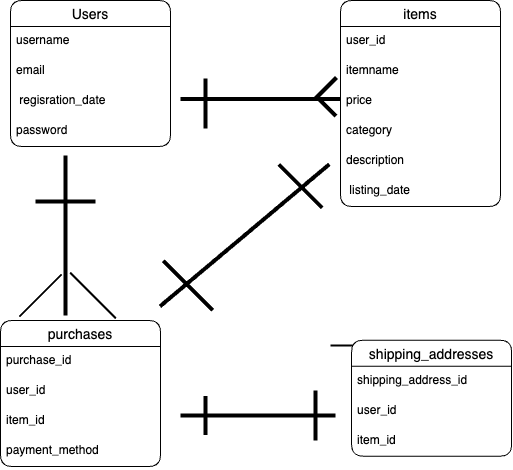
The draw.io diagram furima.png in koshiro0322/furima-40532, before a commit. Source tidied: cells renumbered, new cells last; positions are measured from the earlier drawing's top-left corner, leaving out a move shared by most shapes. The source it was exported from:
```xml
<mxGraphModel>
  <root>
    <mxCell id="0" />
    <mxCell id="1" parent="0" />
    <mxCell id="2" value="Users" style="swimlane;fontStyle=0;horizontal=1;startSize=26;align=center;fontSize=14;rounded=1;" parent="1" vertex="1">
      <mxGeometry x="10" width="160" height="146" as="geometry" />
    </mxCell>
    <mxCell id="3" value="username" style="text;strokeColor=none;fillColor=none;spacingLeft=4;spacingRight=4;overflow=hidden;fontSize=12;rounded=1;" parent="2" vertex="1">
      <mxGeometry y="26" width="160" height="30" as="geometry" />
    </mxCell>
    <mxCell id="4" value="email" style="text;strokeColor=none;fillColor=none;spacingLeft=4;spacingRight=4;overflow=hidden;fontSize=12;rounded=1;" parent="2" vertex="1">
      <mxGeometry y="56" width="160" height="30" as="geometry" />
    </mxCell>
    <mxCell id="5" value=" regisration_date" style="text;strokeColor=none;fillColor=none;spacingLeft=4;spacingRight=4;overflow=hidden;fontSize=12;rounded=1;" parent="2" vertex="1">
      <mxGeometry y="86" width="160" height="30" as="geometry" />
    </mxCell>
    <mxCell id="6" value="password" style="text;strokeColor=none;fillColor=none;spacingLeft=4;spacingRight=4;overflow=hidden;fontSize=12;rounded=1;" parent="2" vertex="1">
      <mxGeometry y="116" width="160" height="30" as="geometry" />
    </mxCell>
    <mxCell id="7" value="items" style="swimlane;fontStyle=0;horizontal=1;startSize=26;align=center;fontSize=14;rounded=1;" parent="1" vertex="1">
      <mxGeometry x="340" width="160" height="206" as="geometry" />
    </mxCell>
    <mxCell id="8" value="user_id " style="text;strokeColor=none;fillColor=none;spacingLeft=4;spacingRight=4;overflow=hidden;fontSize=12;rounded=1;" parent="7" vertex="1">
      <mxGeometry y="26" width="160" height="30" as="geometry" />
    </mxCell>
    <mxCell id="9" value="itemname" style="text;strokeColor=none;fillColor=none;spacingLeft=4;spacingRight=4;overflow=hidden;fontSize=12;rounded=1;" parent="7" vertex="1">
      <mxGeometry y="56" width="160" height="30" as="geometry" />
    </mxCell>
    <mxCell id="10" value="price" style="text;strokeColor=none;fillColor=none;spacingLeft=4;spacingRight=4;overflow=hidden;fontSize=12;rounded=1;" parent="7" vertex="1">
      <mxGeometry y="86" width="160" height="30" as="geometry" />
    </mxCell>
    <mxCell id="11" value="category     " style="text;strokeColor=none;fillColor=none;spacingLeft=4;spacingRight=4;overflow=hidden;fontSize=12;rounded=1;" parent="7" vertex="1">
      <mxGeometry y="116" width="160" height="30" as="geometry" />
    </mxCell>
    <mxCell id="12" value="description" style="text;strokeColor=none;fillColor=none;spacingLeft=4;spacingRight=4;overflow=hidden;fontSize=12;rounded=1;" parent="7" vertex="1">
      <mxGeometry y="146" width="160" height="30" as="geometry" />
    </mxCell>
    <mxCell id="13" value=" listing_date" style="text;strokeColor=none;fillColor=none;spacingLeft=4;spacingRight=4;overflow=hidden;fontSize=12;rounded=1;" parent="7" vertex="1">
      <mxGeometry y="176" width="160" height="30" as="geometry" />
    </mxCell>
    <mxCell id="14" value="purchases" style="swimlane;fontStyle=0;horizontal=1;startSize=26;align=center;fontSize=14;rounded=1;" parent="1" vertex="1">
      <mxGeometry y="320" width="160" height="146" as="geometry" />
    </mxCell>
    <mxCell id="15" value="purchase_id" style="text;strokeColor=none;fillColor=none;spacingLeft=4;spacingRight=4;overflow=hidden;fontSize=12;rounded=1;" parent="14" vertex="1">
      <mxGeometry y="26" width="160" height="30" as="geometry" />
    </mxCell>
    <mxCell id="16" value="user_id    " style="text;strokeColor=none;fillColor=none;spacingLeft=4;spacingRight=4;overflow=hidden;fontSize=12;rounded=1;" parent="14" vertex="1">
      <mxGeometry y="56" width="160" height="30" as="geometry" />
    </mxCell>
    <mxCell id="17" value="item_id" style="text;strokeColor=none;fillColor=none;spacingLeft=4;spacingRight=4;overflow=hidden;fontSize=12;rounded=1;" parent="14" vertex="1">
      <mxGeometry y="86" width="160" height="30" as="geometry" />
    </mxCell>
    <mxCell id="18" value="payment_method" style="text;strokeColor=none;fillColor=none;spacingLeft=4;spacingRight=4;overflow=hidden;fontSize=12;rounded=1;" parent="14" vertex="1">
      <mxGeometry y="116" width="160" height="30" as="geometry" />
    </mxCell>
    <mxCell id="19" style="line;strokeWidth=2;html=1;rounded=1;" parent="1" vertex="1">
      <mxGeometry x="330" y="340" width="100" height="10" as="geometry" />
    </mxCell>
    <mxCell id="20" style="line;strokeWidth=4;direction=south;html=1;perimeter=backbonePerimeter;rounded=1;rotation=45;" parent="1" vertex="1">
      <mxGeometry x="320" y="72.4" width="10" height="31.2" as="geometry" />
    </mxCell>
    <mxCell id="21" style="line;strokeWidth=4;html=1;perimeter=backbonePerimeter;rounded=1;" parent="1" vertex="1">
      <mxGeometry x="180" y="93.6" width="160" height="10" as="geometry" />
    </mxCell>
    <mxCell id="22" style="line;strokeWidth=4;direction=south;html=1;perimeter=backbonePerimeter;rounded=1;rotation=-45;" parent="1" vertex="1">
      <mxGeometry x="321.2" y="93.1" width="10" height="26.4" as="geometry" />
    </mxCell>
    <mxCell id="23" style="line;strokeWidth=4;direction=south;html=1;perimeter=backbonePerimeter;rounded=1;" parent="1" vertex="1">
      <mxGeometry x="200" y="78" width="10" height="50" as="geometry" />
    </mxCell>
    <mxCell id="24" style="line;strokeWidth=4;direction=south;html=1;perimeter=backbonePerimeter;rounded=1;rotation=50;" parent="1" vertex="1">
      <mxGeometry x="239.2" y="124.3" width="10" height="221.1" as="geometry" />
    </mxCell>
    <mxCell id="25" style="line;strokeWidth=4;html=1;perimeter=backbonePerimeter;rounded=1;rotation=90;" parent="1" vertex="1">
      <mxGeometry x="290" y="410" width="50" height="10" as="geometry" />
    </mxCell>
    <mxCell id="26" style="line;strokeWidth=4;html=1;perimeter=backbonePerimeter;rounded=1;rotation=90;" parent="1" vertex="1">
      <mxGeometry x="185.6" y="410" width="38.8" height="10" as="geometry" />
    </mxCell>
    <mxCell id="27" style="line;strokeWidth=4;direction=south;html=1;perimeter=backbonePerimeter;rounded=1;rotation=90;" parent="1" vertex="1">
      <mxGeometry x="252.5" y="337.5" width="10" height="155" as="geometry" />
    </mxCell>
    <mxCell id="28" style="line;strokeWidth=4;direction=south;html=1;perimeter=backbonePerimeter;rounded=1;" parent="1" vertex="1">
      <mxGeometry x="60" y="155" width="10" height="160" as="geometry" />
    </mxCell>
    <mxCell id="29" style="line;strokeWidth=4;html=1;perimeter=backbonePerimeter;rounded=1;" parent="1" vertex="1">
      <mxGeometry x="35" y="196" width="60" height="10" as="geometry" />
    </mxCell>
    <mxCell id="30" value="shipping_addresses" style="swimlane;fontStyle=0;horizontal=1;startSize=26;align=center;fontSize=14;rounded=1;" parent="1" vertex="1">
      <mxGeometry x="351.1" y="339.7" width="160" height="116" as="geometry" />
    </mxCell>
    <mxCell id="31" value="shipping_address_id" style="text;strokeColor=none;fillColor=none;spacingLeft=4;spacingRight=4;overflow=hidden;fontSize=12;rounded=1;" parent="30" vertex="1">
      <mxGeometry y="26" width="160" height="30" as="geometry" />
    </mxCell>
    <mxCell id="32" value="user_id " style="text;strokeColor=none;fillColor=none;spacingLeft=4;spacingRight=4;overflow=hidden;fontSize=12;rounded=1;" parent="30" vertex="1">
      <mxGeometry y="56" width="160" height="30" as="geometry" />
    </mxCell>
    <mxCell id="33" value="item_id  " style="text;strokeColor=none;fillColor=none;spacingLeft=4;spacingRight=4;overflow=hidden;fontSize=12;rounded=1;" parent="30" vertex="1">
      <mxGeometry y="86" width="160" height="30" as="geometry" />
    </mxCell>
    <mxCell id="34" style="line;strokeWidth=4;direction=south;html=1;perimeter=backbonePerimeter;rounded=1;rotation=-45;" parent="1" vertex="1">
      <mxGeometry x="260" y="155" width="80" height="61.2" as="geometry" />
    </mxCell>
    <mxCell id="35" style="line;strokeWidth=4;direction=south;html=1;perimeter=backbonePerimeter;rounded=1;rotation=-45;" parent="1" vertex="1">
      <mxGeometry x="175" y="250" width="25" height="70" as="geometry" />
    </mxCell>
    <mxCell id="36" style="line;strokeWidth=2;html=1;rounded=1;rotation=45;" parent="1" vertex="1">
      <mxGeometry x="60" y="270" width="65" height="50" as="geometry" />
    </mxCell>
    <mxCell id="37" style="line;strokeWidth=2;html=1;rounded=1;rotation=-45;" parent="1" vertex="1">
      <mxGeometry x="10" y="290" width="60" height="10" as="geometry" />
    </mxCell>
  </root>
</mxGraphModel>
```
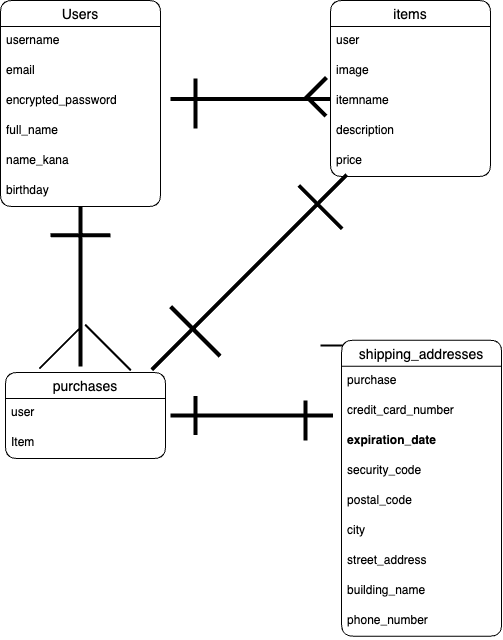
Above is the later version.

Commit message:
データベース設計修正

Change to the diagram source:
```diff
@@ -3,7 +3,7 @@
     <mxCell id="0" />
     <mxCell id="1" parent="0" />
     <mxCell id="2" value="Users" style="swimlane;fontStyle=0;horizontal=1;startSize=26;align=center;fontSize=14;rounded=1;" parent="1" vertex="1">
-      <mxGeometry x="10" width="160" height="146" as="geometry" />
+      <mxGeometry x="10" width="160" height="206" as="geometry" />
     </mxCell>
     <mxCell id="3" value="username" style="text;strokeColor=none;fillColor=none;spacingLeft=4;spacingRight=4;overflow=hidden;fontSize=12;rounded=1;" parent="2" vertex="1">
       <mxGeometry y="26" width="160" height="30" as="geometry" />
@@ -11,48 +11,45 @@
     <mxCell id="4" value="email" style="text;strokeColor=none;fillColor=none;spacingLeft=4;spacingRight=4;overflow=hidden;fontSize=12;rounded=1;" parent="2" vertex="1">
       <mxGeometry y="56" width="160" height="30" as="geometry" />
     </mxCell>
-    <mxCell id="5" value=" regisration_date" style="text;strokeColor=none;fillColor=none;spacingLeft=4;spacingRight=4;overflow=hidden;fontSize=12;rounded=1;" parent="2" vertex="1">
-      <mxGeometry y="86" width="160" height="30" as="geometry" />
-    </mxCell>
-    <mxCell id="6" value="password" style="text;strokeColor=none;fillColor=none;spacingLeft=4;spacingRight=4;overflow=hidden;fontSize=12;rounded=1;" parent="2" vertex="1">
-      <mxGeometry y="116" width="160" height="30" as="geometry" />
+    <mxCell id="6" value="encrypted_password" style="text;strokeColor=none;fillColor=none;spacingLeft=4;spacingRight=4;overflow=hidden;fontSize=12;rounded=1;" parent="2" vertex="1">
+      <mxGeometry y="86" width="160" height="30" as="geometry" />
     </mxCell>
+    <mxCell id="38" value="full_name" style="text;strokeColor=none;fillColor=none;spacingLeft=4;spacingRight=4;overflow=hidden;fontSize=12;rounded=1;" parent="2" vertex="1">
+      <mxGeometry y="116" width="160" height="30" as="geometry" />
+    </mxCell>
+    <mxCell id="39" value="name_kana" style="text;strokeColor=none;fillColor=none;spacingLeft=4;spacingRight=4;overflow=hidden;fontSize=12;rounded=1;" parent="2" vertex="1">
+      <mxGeometry y="146" width="160" height="30" as="geometry" />
+    </mxCell>
+    <mxCell id="40" value="birthday" style="text;strokeColor=none;fillColor=none;spacingLeft=4;spacingRight=4;overflow=hidden;fontSize=12;rounded=1;" parent="2" vertex="1">
+      <mxGeometry y="176" width="160" height="30" as="geometry" />
+    </mxCell>
     <mxCell id="7" value="items" style="swimlane;fontStyle=0;horizontal=1;startSize=26;align=center;fontSize=14;rounded=1;" parent="1" vertex="1">
-      <mxGeometry x="340" width="160" height="206" as="geometry" />
+      <mxGeometry x="340" width="160" height="176" as="geometry" />
     </mxCell>
-    <mxCell id="8" value="user_id " style="text;strokeColor=none;fillColor=none;spacingLeft=4;spacingRight=4;overflow=hidden;fontSize=12;rounded=1;" parent="7" vertex="1">
+    <mxCell id="8" value="user" style="text;strokeColor=none;fillColor=none;spacingLeft=4;spacingRight=4;overflow=hidden;fontSize=12;rounded=1;" parent="7" vertex="1">
       <mxGeometry y="26" width="160" height="30" as="geometry" />
     </mxCell>
+    <mxCell id="11" value="image" style="text;strokeColor=none;fillColor=none;spacingLeft=4;spacingRight=4;overflow=hidden;fontSize=12;rounded=1;" parent="7" vertex="1">
+      <mxGeometry y="56" width="160" height="30" as="geometry" />
+    </mxCell>
     <mxCell id="9" value="itemname" style="text;strokeColor=none;fillColor=none;spacingLeft=4;spacingRight=4;overflow=hidden;fontSize=12;rounded=1;" parent="7" vertex="1">
-      <mxGeometry y="56" width="160" height="30" as="geometry" />
+      <mxGeometry y="86" width="160" height="30" as="geometry" />
     </mxCell>
+    <mxCell id="12" value="description" style="text;strokeColor=none;fillColor=none;spacingLeft=4;spacingRight=4;overflow=hidden;fontSize=12;rounded=1;" parent="7" vertex="1">
+      <mxGeometry y="116" width="160" height="30" as="geometry" />
+    </mxCell>
     <mxCell id="10" value="price" style="text;strokeColor=none;fillColor=none;spacingLeft=4;spacingRight=4;overflow=hidden;fontSize=12;rounded=1;" parent="7" vertex="1">
-      <mxGeometry y="86" width="160" height="30" as="geometry" />
+      <mxGeometry y="146" width="160" height="30" as="geometry" />
     </mxCell>
-    <mxCell id="11" value="category     " style="text;strokeColor=none;fillColor=none;spacingLeft=4;spacingRight=4;overflow=hidden;fontSize=12;rounded=1;" parent="7" vertex="1">
-      <mxGeometry y="116" width="160" height="30" as="geometry" />
-    </mxCell>
-    <mxCell id="12" value="description" style="text;strokeColor=none;fillColor=none;spacingLeft=4;spacingRight=4;overflow=hidden;fontSize=12;rounded=1;" parent="7" vertex="1">
-      <mxGeometry y="146" width="160" height="30" as="geometry" />
-    </mxCell>
-    <mxCell id="13" value=" listing_date" style="text;strokeColor=none;fillColor=none;spacingLeft=4;spacingRight=4;overflow=hidden;fontSize=12;rounded=1;" parent="7" vertex="1">
-      <mxGeometry y="176" width="160" height="30" as="geometry" />
-    </mxCell>
     <mxCell id="14" value="purchases" style="swimlane;fontStyle=0;horizontal=1;startSize=26;align=center;fontSize=14;rounded=1;" parent="1" vertex="1">
-      <mxGeometry y="320" width="160" height="146" as="geometry" />
+      <mxGeometry x="15" y="372" width="160" height="86" as="geometry" />
     </mxCell>
-    <mxCell id="15" value="purchase_id" style="text;strokeColor=none;fillColor=none;spacingLeft=4;spacingRight=4;overflow=hidden;fontSize=12;rounded=1;" parent="14" vertex="1">
-      <mxGeometry y="26" width="160" height="30" as="geometry" />
-    </mxCell>
-    <mxCell id="16" value="user_id    " style="text;strokeColor=none;fillColor=none;spacingLeft=4;spacingRight=4;overflow=hidden;fontSize=12;rounded=1;" parent="14" vertex="1">
-      <mxGeometry y="56" width="160" height="30" as="geometry" />
-    </mxCell>
-    <mxCell id="17" value="item_id" style="text;strokeColor=none;fillColor=none;spacingLeft=4;spacingRight=4;overflow=hidden;fontSize=12;rounded=1;" parent="14" vertex="1">
-      <mxGeometry y="86" width="160" height="30" as="geometry" />
+    <mxCell id="17" value="user" style="text;strokeColor=none;fillColor=none;spacingLeft=4;spacingRight=4;overflow=hidden;fontSize=12;rounded=1;" parent="14" vertex="1">
+      <mxGeometry y="26" width="160" height="30" as="geometry" />
     </mxCell>
-    <mxCell id="18" value="payment_method" style="text;strokeColor=none;fillColor=none;spacingLeft=4;spacingRight=4;overflow=hidden;fontSize=12;rounded=1;" parent="14" vertex="1">
-      <mxGeometry y="116" width="160" height="30" as="geometry" />
-    </mxCell>
+    <mxCell id="41" value="Item" style="text;strokeColor=none;fillColor=none;spacingLeft=4;spacingRight=4;overflow=hidden;fontSize=12;rounded=1;" parent="14" vertex="1">
+      <mxGeometry y="56" width="160" height="30" as="geometry" />
+    </mxCell>
     <mxCell id="19" style="line;strokeWidth=2;html=1;rounded=1;" parent="1" vertex="1">
       <mxGeometry x="330" y="340" width="100" height="10" as="geometry" />
     </mxCell>
@@ -68,47 +65,65 @@
     <mxCell id="23" style="line;strokeWidth=4;direction=south;html=1;perimeter=backbonePerimeter;rounded=1;" parent="1" vertex="1">
       <mxGeometry x="200" y="78" width="10" height="50" as="geometry" />
     </mxCell>
-    <mxCell id="24" style="line;strokeWidth=4;direction=south;html=1;perimeter=backbonePerimeter;rounded=1;rotation=50;" parent="1" vertex="1">
-      <mxGeometry x="239.2" y="124.3" width="10" height="221.1" as="geometry" />
+    <mxCell id="24" style="line;strokeWidth=4;direction=south;html=1;perimeter=backbonePerimeter;rounded=1;rotation=45;" parent="1" vertex="1">
+      <mxGeometry x="253.9" y="133.8" width="10" height="275.8" as="geometry" />
     </mxCell>
     <mxCell id="25" style="line;strokeWidth=4;html=1;perimeter=backbonePerimeter;rounded=1;rotation=90;" parent="1" vertex="1">
-      <mxGeometry x="290" y="410" width="50" height="10" as="geometry" />
+      <mxGeometry x="295" y="415" width="40" height="10" as="geometry" />
     </mxCell>
     <mxCell id="26" style="line;strokeWidth=4;html=1;perimeter=backbonePerimeter;rounded=1;rotation=90;" parent="1" vertex="1">
       <mxGeometry x="185.6" y="410" width="38.8" height="10" as="geometry" />
     </mxCell>
     <mxCell id="27" style="line;strokeWidth=4;direction=south;html=1;perimeter=backbonePerimeter;rounded=1;rotation=90;" parent="1" vertex="1">
-      <mxGeometry x="252.5" y="337.5" width="10" height="155" as="geometry" />
+      <mxGeometry x="256.2" y="333.8" width="10" height="162.5" as="geometry" />
     </mxCell>
     <mxCell id="28" style="line;strokeWidth=4;direction=south;html=1;perimeter=backbonePerimeter;rounded=1;" parent="1" vertex="1">
-      <mxGeometry x="60" y="155" width="10" height="160" as="geometry" />
+      <mxGeometry x="85" y="206" width="10" height="160" as="geometry" />
     </mxCell>
     <mxCell id="29" style="line;strokeWidth=4;html=1;perimeter=backbonePerimeter;rounded=1;" parent="1" vertex="1">
-      <mxGeometry x="35" y="196" width="60" height="10" as="geometry" />
+      <mxGeometry x="60" y="229.8" width="60" height="10" as="geometry" />
     </mxCell>
     <mxCell id="30" value="shipping_addresses" style="swimlane;fontStyle=0;horizontal=1;startSize=26;align=center;fontSize=14;rounded=1;" parent="1" vertex="1">
-      <mxGeometry x="351.1" y="339.7" width="160" height="116" as="geometry" />
+      <mxGeometry x="351.1" y="339.7" width="160" height="296" as="geometry" />
     </mxCell>
+    <mxCell id="32" value="purchase" style="text;strokeColor=none;fillColor=none;spacingLeft=4;spacingRight=4;overflow=hidden;fontSize=12;rounded=1;" parent="30" vertex="1">
+      <mxGeometry y="26" width="160" height="30" as="geometry" />
+    </mxCell>
-    <mxCell id="31" value="shipping_address_id" style="text;strokeColor=none;fillColor=none;spacingLeft=4;spacingRight=4;overflow=hidden;fontSize=12;rounded=1;" parent="30" vertex="1">
-      <mxGeometry y="26" width="160" height="30" as="geometry" />
+    <mxCell id="31" value="credit_card_number" style="text;strokeColor=none;fillColor=none;spacingLeft=4;spacingRight=4;overflow=hidden;fontSize=12;rounded=1;" parent="30" vertex="1">
+      <mxGeometry y="56" width="160" height="30" as="geometry" />
     </mxCell>
-    <mxCell id="32" value="user_id " style="text;strokeColor=none;fillColor=none;spacingLeft=4;spacingRight=4;overflow=hidden;fontSize=12;rounded=1;" parent="30" vertex="1">
-      <mxGeometry y="56" width="160" height="30" as="geometry" />
-    </mxCell>
-    <mxCell id="33" value="item_id  " style="text;strokeColor=none;fillColor=none;spacingLeft=4;spacingRight=4;overflow=hidden;fontSize=12;rounded=1;" parent="30" vertex="1">
+    <mxCell id="33" value="expiration_date" style="text;strokeColor=none;fillColor=none;spacingLeft=4;spacingRight=4;overflow=hidden;fontSize=12;rounded=1;fontStyle=1;" parent="30" vertex="1">
       <mxGeometry y="86" width="160" height="30" as="geometry" />
     </mxCell>
+    <mxCell id="42" value="security_code" style="text;strokeColor=none;fillColor=none;spacingLeft=4;spacingRight=4;overflow=hidden;fontSize=12;rounded=1;" parent="30" vertex="1">
+      <mxGeometry y="116" width="160" height="30" as="geometry" />
+    </mxCell>
+    <mxCell id="43" value="postal_code" style="text;strokeColor=none;fillColor=none;spacingLeft=4;spacingRight=4;overflow=hidden;fontSize=12;rounded=1;" parent="30" vertex="1">
+      <mxGeometry y="146" width="160" height="30" as="geometry" />
+    </mxCell>
+    <mxCell id="44" value="city" style="text;strokeColor=none;fillColor=none;spacingLeft=4;spacingRight=4;overflow=hidden;fontSize=12;rounded=1;" parent="30" vertex="1">
+      <mxGeometry y="176" width="160" height="30" as="geometry" />
+    </mxCell>
+    <mxCell id="45" value="street_address" style="text;strokeColor=none;fillColor=none;spacingLeft=4;spacingRight=4;overflow=hidden;fontSize=12;rounded=1;" parent="30" vertex="1">
+      <mxGeometry y="206" width="160" height="30" as="geometry" />
+    </mxCell>
+    <mxCell id="46" value="building_name" style="text;strokeColor=none;fillColor=none;spacingLeft=4;spacingRight=4;overflow=hidden;fontSize=12;rounded=1;" parent="30" vertex="1">
+      <mxGeometry y="236" width="160" height="30" as="geometry" />
+    </mxCell>
+    <mxCell id="47" value="phone_number" style="text;strokeColor=none;fillColor=none;spacingLeft=4;spacingRight=4;overflow=hidden;fontSize=12;rounded=1;" parent="30" vertex="1">
+      <mxGeometry y="266" width="160" height="30" as="geometry" />
+    </mxCell>
     <mxCell id="34" style="line;strokeWidth=4;direction=south;html=1;perimeter=backbonePerimeter;rounded=1;rotation=-45;" parent="1" vertex="1">
-      <mxGeometry x="260" y="155" width="80" height="61.2" as="geometry" />
+      <mxGeometry x="290" y="176" width="80" height="61.2" as="geometry" />
     </mxCell>
     <mxCell id="35" style="line;strokeWidth=4;direction=south;html=1;perimeter=backbonePerimeter;rounded=1;rotation=-45;" parent="1" vertex="1">
-      <mxGeometry x="175" y="250" width="25" height="70" as="geometry" />
+      <mxGeometry x="192.5" y="296" width="25" height="70" as="geometry" />
     </mxCell>
     <mxCell id="36" style="line;strokeWidth=2;html=1;rounded=1;rotation=45;" parent="1" vertex="1">
-      <mxGeometry x="60" y="270" width="65" height="50" as="geometry" />
+      <mxGeometry x="85" y="322" width="65" height="50" as="geometry" />
     </mxCell>
     <mxCell id="37" style="line;strokeWidth=2;html=1;rounded=1;rotation=-45;" parent="1" vertex="1">
-      <mxGeometry x="10" y="290" width="60" height="10" as="geometry" />
+      <mxGeometry x="40" y="342" width="60" height="10" as="geometry" />
     </mxCell>
   </root>
 </mxGraphModel>
```
